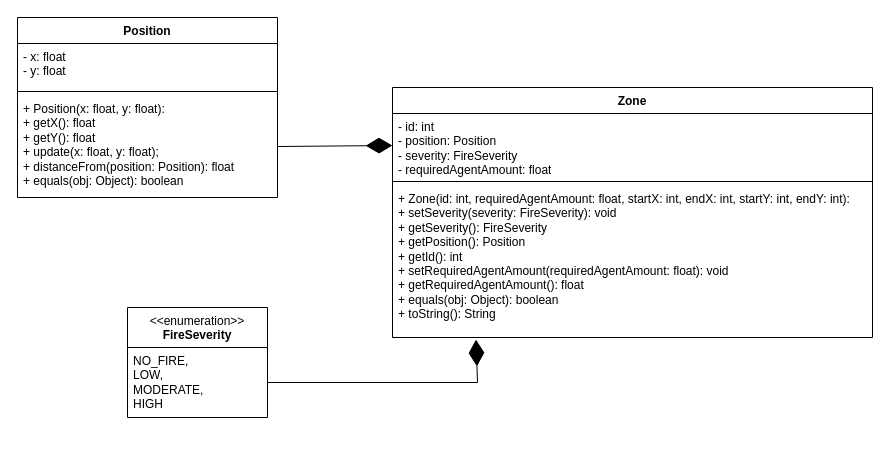
Before: docs/UML_Class_Diagram_Map.drawio in hubertdang/fire-drone-swarm, a draw.io diagram. Source tidied: cells renumbered, new cells numbered last; positions are measured from the earlier drawing's top-left corner, leaving out a move shared by most shapes. Both pictures are drawn from the tidied source at 100%, with x=0, y=0 at pixel (17, 17).
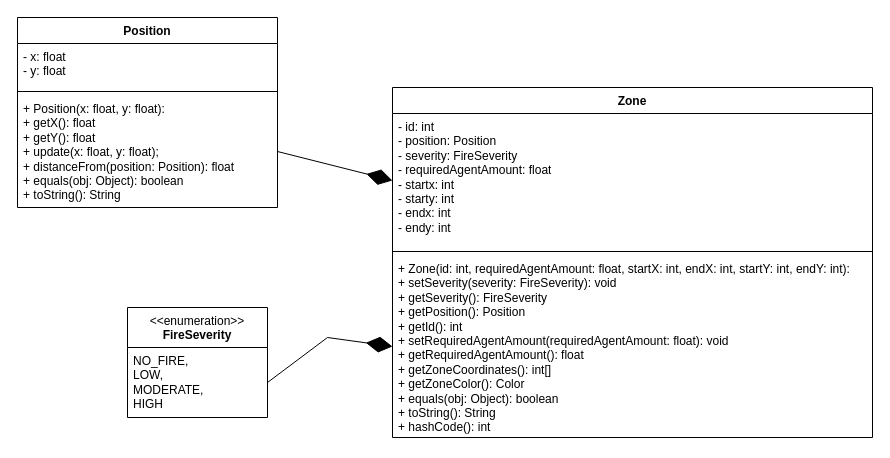
After the change.

Change to the diagram source:
```diff
@@
 <mxGraphModel>
   <root>
     <mxCell id="0" />
     <mxCell id="1" parent="0" />
     <mxCell id="2" value="Position" style="swimlane;fontStyle=1;align=center;verticalAlign=top;horizontal=1;startSize=26;whiteSpace=wrap;html=1;" parent="1" vertex="1">
-      <mxGeometry width="260" height="180" as="geometry" />
+      <mxGeometry width="260" height="190" as="geometry" />
     </mxCell>
     <mxCell id="3" value="- x: float&lt;div&gt;- y: float&lt;br&gt;&lt;div&gt;&lt;br&gt;&lt;/div&gt;&lt;/div&gt;" style="text;strokeColor=none;fillColor=none;align=left;verticalAlign=top;spacingLeft=4;spacingRight=4;overflow=hidden;whiteSpace=wrap;html=1;" parent="2" vertex="1">
       <mxGeometry y="26" width="260" height="44" as="geometry" />
     </mxCell>
     <mxCell id="4" style="line;strokeWidth=1;fillColor=none;align=left;verticalAlign=middle;spacingTop=-1;spacingLeft=3;spacingRight=3;labelPosition=right;strokeColor=inherit;" parent="2" vertex="1">
       <mxGeometry y="70" width="260" height="8" as="geometry" />
     </mxCell>
-    <mxCell id="5" value="+ Position(x: float, y: float):&lt;div&gt;+ getX(): float&lt;/div&gt;&lt;div&gt;+ getY(): float&lt;/div&gt;&lt;div&gt;+ update(x: float, y: float);&lt;/div&gt;&lt;div&gt;+ distanceFrom(position: Position): float&lt;/div&gt;&lt;div&gt;+ equals(obj: Object): boolean&lt;/div&gt;" style="text;strokeColor=none;fillColor=none;align=left;verticalAlign=top;spacingLeft=4;spacingRight=4;overflow=hidden;points=[[0,0.5],[1,0.5]];portConstraint=eastwest;whiteSpace=wrap;html=1;" parent="2" vertex="1">
-      <mxGeometry y="78" width="260" height="102" as="geometry" />
+    <mxCell id="5" value="+ Position(x: float, y: float):&lt;div&gt;+ getX(): float&lt;/div&gt;&lt;div&gt;+ getY(): float&lt;/div&gt;&lt;div&gt;+ update(x: float, y: float);&lt;/div&gt;&lt;div&gt;+ distanceFrom(position: Position): float&lt;/div&gt;&lt;div&gt;+ equals(obj: Object): boolean&lt;/div&gt;&lt;div&gt;+ toString(): String&lt;/div&gt;" style="text;strokeColor=none;fillColor=none;align=left;verticalAlign=top;spacingLeft=4;spacingRight=4;overflow=hidden;points=[[0,0.5],[1,0.5]];portConstraint=eastwest;whiteSpace=wrap;html=1;" parent="2" vertex="1">
+      <mxGeometry y="78" width="260" height="112" as="geometry" />
     </mxCell>
     <mxCell id="6" value="Zone" style="swimlane;fontStyle=1;align=center;verticalAlign=top;horizontal=1;startSize=26;whiteSpace=wrap;html=1;" parent="1" vertex="1">
-      <mxGeometry x="375" y="70" width="480" height="250" as="geometry" />
+      <mxGeometry x="375" y="70" width="480" height="350" as="geometry" />
     </mxCell>
-    <mxCell id="7" value="&lt;div&gt;- id: int&lt;/div&gt;- position: Position&lt;div&gt;- severity: FireSeverity&amp;nbsp;&lt;/div&gt;&lt;div&gt;- requiredAgentAmount: float&lt;/div&gt;&lt;div&gt;&lt;br&gt;&lt;/div&gt;" style="text;strokeColor=none;fillColor=none;align=left;verticalAlign=top;spacingLeft=4;spacingRight=4;overflow=hidden;points=[[0,0.5],[1,0.5]];portConstraint=eastwest;whiteSpace=wrap;html=1;" parent="6" vertex="1">
-      <mxGeometry y="26" width="480" height="64" as="geometry" />
+    <mxCell id="7" value="&lt;div&gt;- id: int&lt;/div&gt;- position: Position&lt;div&gt;- severity: FireSeverity&amp;nbsp;&lt;/div&gt;&lt;div&gt;- requiredAgentAmount: float&lt;/div&gt;&lt;div&gt;- startx: int&amp;nbsp;&lt;/div&gt;&lt;div&gt;- starty: int&amp;nbsp;&lt;/div&gt;&lt;div&gt;- endx: int&amp;nbsp;&lt;/div&gt;&lt;div&gt;- endy: int&amp;nbsp;&lt;/div&gt;&lt;div&gt;&lt;br&gt;&lt;/div&gt;" style="text;strokeColor=none;fillColor=none;align=left;verticalAlign=top;spacingLeft=4;spacingRight=4;overflow=hidden;points=[[0,0.5],[1,0.5]];portConstraint=eastwest;whiteSpace=wrap;html=1;" parent="6" vertex="1">
+      <mxGeometry y="26" width="480" height="134" as="geometry" />
     </mxCell>
     <mxCell id="8" style="line;strokeWidth=1;fillColor=none;align=left;verticalAlign=middle;spacingTop=-1;spacingLeft=3;spacingRight=3;labelPosition=right;strokeColor=inherit;" parent="6" vertex="1">
-      <mxGeometry y="90" width="480" height="8" as="geometry" />
+      <mxGeometry y="160" width="480" height="8" as="geometry" />
     </mxCell>
-    <mxCell id="9" value="+ Zone(id: int, requiredAgentAmount: float, startX: int, endX: int, startY: int, endY: int):&lt;div&gt;&lt;div&gt;+ setSeverity(severity: FireSeverity): void&lt;/div&gt;&lt;div&gt;+ getSeverity(): FireSeverity&lt;/div&gt;&lt;div&gt;+ getPosition(): Position&lt;/div&gt;&lt;div&gt;+ getId(): int&lt;/div&gt;&lt;div&gt;+ setRequiredAgentAmount(requiredAgentAmount: float): void&lt;/div&gt;&lt;div&gt;+ getRequiredAgentAmount(): float&lt;/div&gt;&lt;div&gt;+ equals(obj: Object): boolean&lt;/div&gt;&lt;div&gt;+ toString(): String&lt;/div&gt;&lt;/div&gt;" style="text;strokeColor=none;fillColor=none;align=left;verticalAlign=top;spacingLeft=4;spacingRight=4;overflow=hidden;points=[[0,0.5],[1,0.5]];portConstraint=eastwest;whiteSpace=wrap;html=1;" parent="6" vertex="1">
-      <mxGeometry y="98" width="480" height="152" as="geometry" />
+    <mxCell id="9" value="+ Zone(id: int, requiredAgentAmount: float, startX: int, endX: int, startY: int, endY: int):&lt;div&gt;&lt;div&gt;+ setSeverity(severity: FireSeverity): void&lt;/div&gt;&lt;div&gt;+ getSeverity(): FireSeverity&lt;/div&gt;&lt;div&gt;+ getPosition(): Position&lt;/div&gt;&lt;div&gt;+ getId(): int&lt;/div&gt;&lt;div&gt;+ setRequiredAgentAmount(requiredAgentAmount: float): void&lt;/div&gt;&lt;div&gt;+ getRequiredAgentAmount(): float&lt;/div&gt;&lt;div&gt;+ getZoneCoordinates(): int[]&lt;/div&gt;&lt;div&gt;+ getZoneColor(): Color&lt;/div&gt;&lt;div&gt;+ equals(obj: Object): boolean&lt;/div&gt;&lt;div&gt;+ toString(): String&lt;/div&gt;&lt;/div&gt;&lt;div&gt;+ hashCode(): int&lt;/div&gt;" style="text;strokeColor=none;fillColor=none;align=left;verticalAlign=top;spacingLeft=4;spacingRight=4;overflow=hidden;points=[[0,0.5],[1,0.5]];portConstraint=eastwest;whiteSpace=wrap;html=1;" parent="6" vertex="1">
+      <mxGeometry y="168" width="480" height="182" as="geometry" />
     </mxCell>
     <mxCell id="10" value="&amp;lt;&amp;lt;enumeration&amp;gt;&amp;gt;&lt;br&gt;&lt;b&gt;FireSeverity&lt;/b&gt;" style="swimlane;fontStyle=0;align=center;verticalAlign=top;horizontal=1;startSize=40;html=1;whiteSpace=wrap;" parent="1" vertex="1">
       <mxGeometry x="110" y="290" width="140" height="110" as="geometry" />
     </mxCell>
     <mxCell id="11" value="NO_FIRE,&lt;div&gt;LOW,&lt;/div&gt;&lt;div&gt;MODERATE,&lt;/div&gt;&lt;div&gt;HIGH&lt;/div&gt;" style="text;html=1;strokeColor=none;fillColor=none;align=left;verticalAlign=middle;spacingLeft=4;spacingRight=4;overflow=hidden;points=[[0,0.5],[1,0.5]];portConstraint=eastwest;whiteSpace=wrap;" parent="10" vertex="1">
       <mxGeometry y="40" width="140" height="70" as="geometry" />
     </mxCell>
     <mxCell id="12" style="endArrow=diamondThin;endFill=1;endSize=24;html=1;rounded=0;exitX=1;exitY=0.5;exitDx=0;exitDy=0;entryX=0;entryY=0.5;entryDx=0;entryDy=0;" parent="1" edge="1" source="5" target="7">
       <mxGeometry relative="1" as="geometry" />
     </mxCell>
-    <mxCell id="13" style="endArrow=diamondThin;endFill=1;endSize=24;html=1;rounded=0;entryX=0.174;entryY=1.013;entryDx=0;entryDy=0;exitX=1;exitY=0.5;exitDx=0;exitDy=0;entryPerimeter=0;" parent="1" edge="1" source="11" target="9">
+    <mxCell id="13" style="endArrow=diamondThin;endFill=1;endSize=24;html=1;rounded=0;exitX=1;exitY=0.5;exitDx=0;exitDy=0;entryX=0;entryY=0.5;entryDx=0;entryDy=0;" parent="1" edge="1" source="11" target="9">
       <mxGeometry relative="1" as="geometry">
         <Array as="points">
-          <mxPoint x="460" y="365" />
+          <mxPoint x="310" y="320" />
         </Array>
       </mxGeometry>
     </mxCell>
   </root>
 </mxGraphModel>
```
